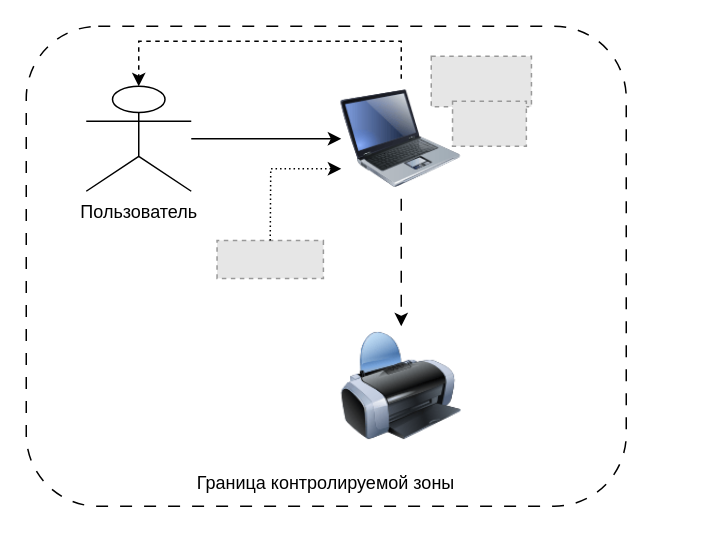
Before: Защищенные информационные системы/Практика/ЗИС_ПР_5/ААААААААААА.drawio in YasHKaRo/mag_study, a draw.io diagram. Source tidied: cells renumbered, new cells numbered last; positions are measured from the earlier drawing's top-left corner, leaving out a move shared by most shapes. Both pictures are drawn from the tidied source at 150%, with x=0, y=0 at pixel (26, 26). Pictures stored in the file or linked from it are replaced by grey dashed boxes.
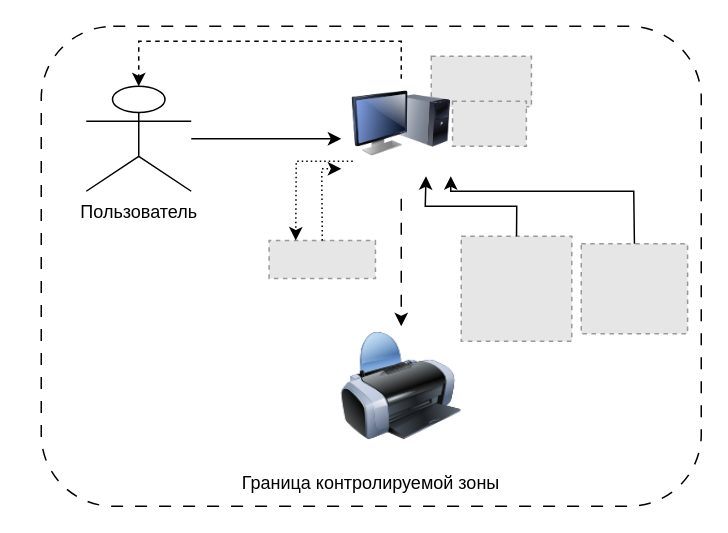
Above is the later version.

Unchanged cells that the change refers to:
```xml
<mxCell id="4" style="image;html=1;image=img/lib/clip_art/computers/Printer_128x128.png;" parent="1" vertex="1">
  <mxGeometry x="210" y="200" width="80" height="80" as="geometry" />
</mxCell>
```

Diff of the diagram source:
```diff
@@
     <mxCell id="2" style="rounded=1;whiteSpace=wrap;html=1;dashed=1;dashPattern=8 8;" parent="1" vertex="1">
-      <mxGeometry width="400" height="320" as="geometry" />
+      <mxGeometry x="10" width="440" height="320" as="geometry" />
     </mxCell>
@@
-    <mxCell id="5" style="image;html=1;image=img/lib/clip_art/computers/Laptop_128x128.png;" parent="1" vertex="1">
-      <mxGeometry x="210" y="35" width="80" height="80" as="geometry" />
-    </mxCell>
     <mxCell id="6" style="fillColor=#E6E6E6;strokeColor=#999999;dashed=1;verticalLabelPosition=bottom;labelBackgroundColor=default;verticalAlign=top;rotation=90;" parent="1" vertex="1">
-      <mxGeometry x="150" y="120" width="25.3" height="70.9" as="geometry" />
+      <mxGeometry x="184.7" y="120" width="25.3" height="70.9" as="geometry" />
     </mxCell>
-    <mxCell id="7" style="endArrow=classic;html=1;rounded=0;entryX=0;entryY=0.5;entryDx=0;entryDy=0;" parent="1" edge="1" target="5">
+    <mxCell id="7" style="endArrow=classic;html=1;rounded=0;entryX=0;entryY=0.5;entryDx=0;entryDy=0;" parent="1" edge="1">
       <mxGeometry relative="1" as="geometry">
         <mxPoint x="110" y="75" as="sourcePoint" />
+        <mxPoint x="210" y="75" as="targetPoint" />
       </mxGeometry>
     </mxCell>
-    <mxCell id="8" style="endArrow=classic;html=1;rounded=0;exitX=0;exitY=0.5;exitDx=0;exitDy=0;entryX=0;entryY=0.75;entryDx=0;entryDy=0;dashed=1;dashPattern=1 2;" parent="1" edge="1" source="6" target="5">
+    <mxCell id="8" style="endArrow=classic;html=1;rounded=0;exitX=0;exitY=0.5;exitDx=0;exitDy=0;entryX=0;entryY=0.75;entryDx=0;entryDy=0;dashed=1;dashPattern=1 2;" parent="1" edge="1" source="6">
       <mxGeometry relative="1" as="geometry">
+        <mxPoint x="210" y="95" as="targetPoint" />
         <Array as="points">
-          <mxPoint x="163" y="95" />
+          <mxPoint x="197" y="95" />
         </Array>
       </mxGeometry>
     </mxCell>
-    <mxCell id="9" style="endArrow=classic;html=1;rounded=0;exitX=0.5;exitY=1;exitDx=0;exitDy=0;entryX=0.5;entryY=0;entryDx=0;entryDy=0;dashed=1;dashPattern=8 8;" parent="1" edge="1" source="5" target="4">
-      <mxGeometry relative="1" as="geometry" />
+    <mxCell id="9" style="endArrow=classic;html=1;rounded=0;exitX=0.5;exitY=1;exitDx=0;exitDy=0;entryX=0.5;entryY=0;entryDx=0;entryDy=0;dashed=1;dashPattern=8 8;" parent="1" edge="1" target="4">
+      <mxGeometry relative="1" as="geometry">
+        <mxPoint x="250" y="115" as="sourcePoint" />
+      </mxGeometry>
     </mxCell>
-    <mxCell id="10" style="endArrow=classic;html=1;rounded=0;exitX=0.5;exitY=0;exitDx=0;exitDy=0;entryX=0.5;entryY=0;entryDx=0;entryDy=0;entryPerimeter=0;dashed=1;" parent="1" edge="1" source="5">
+    <mxCell id="10" style="endArrow=classic;html=1;rounded=0;exitX=0.5;exitY=0;exitDx=0;exitDy=0;entryX=0.5;entryY=0;entryDx=0;entryDy=0;entryPerimeter=0;dashed=1;" parent="1" edge="1">
       <mxGeometry relative="1" as="geometry">
+        <mxPoint x="250" y="35" as="sourcePoint" />
         <mxPoint x="75" y="40" as="targetPoint" />
         <Array as="points">
           <mxPoint x="250" y="10" />
           <mxPoint x="75" y="10" />
         </Array>
       </mxGeometry>
     </mxCell>
     <mxCell id="11" value="Граница контролируемой зоны" style="text;html=1;align=center;verticalAlign=middle;whiteSpace=wrap;rounded=0;" parent="1" vertex="1">
-      <mxGeometry x="40" y="290" width="320" height="30" as="geometry" />
+      <mxGeometry x="70" y="290" width="320" height="30" as="geometry" />
     </mxCell>
@@
+    <mxCell id="14" style="image;html=1;image=img/lib/clip_art/computers/Monitor_Tower_128x128.png;" parent="1" vertex="1">
+      <mxGeometry x="217" y="30" width="66" height="70" as="geometry" />
+    </mxCell>
+    <mxCell id="15" style="endArrow=classic;html=1;rounded=0;exitX=0.01;exitY=0.857;exitDx=0;exitDy=0;entryX=0;entryY=0.75;entryDx=0;entryDy=0;dashed=1;dashPattern=1 2;exitPerimeter=0;" parent="1" edge="1" source="14" target="6">
+      <mxGeometry relative="1" as="geometry">
+        <Array as="points">
+          <mxPoint x="180" y="90" />
+        </Array>
+      </mxGeometry>
+    </mxCell>
+    <mxCell id="16" style="fillColor=#E6E6E6;strokeColor=#999999;dashed=1;verticalLabelPosition=bottom;labelBackgroundColor=default;verticalAlign=top;" parent="1" vertex="1">
+      <mxGeometry x="290" y="140" width="73.7" height="70" as="geometry" />
+    </mxCell>
+    <mxCell id="17" style="fillColor=#E6E6E6;strokeColor=#999999;dashed=1;verticalLabelPosition=bottom;labelBackgroundColor=default;verticalAlign=top;" parent="1" vertex="1">
+      <mxGeometry x="370" y="145" width="70.9" height="60" as="geometry" />
+    </mxCell>
+    <mxCell id="18" style="endArrow=classic;html=1;rounded=0;exitX=0.5;exitY=0;exitDx=0;exitDy=0;entryX=0.75;entryY=1;entryDx=0;entryDy=0;" parent="1" edge="1" source="16" target="14">
+      <mxGeometry relative="1" as="geometry">
+        <Array as="points">
+          <mxPoint x="327" y="120" />
+          <mxPoint x="266" y="120" />
+        </Array>
+      </mxGeometry>
+    </mxCell>
+    <mxCell id="19" style="endArrow=classic;html=1;rounded=0;exitX=0.5;exitY=0;exitDx=0;exitDy=0;entryX=1;entryY=1;entryDx=0;entryDy=0;" parent="1" edge="1" source="17" target="14">
+      <mxGeometry relative="1" as="geometry">
+        <Array as="points">
+          <mxPoint x="405" y="110" />
+          <mxPoint x="283" y="110" />
+        </Array>
+      </mxGeometry>
+    </mxCell>
```
